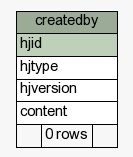
Above: site/docs/schemaspy/gmbuilderdb/diagrams/summary/createdby.1degree.png in lmu-bioinformatics/xmlpipedb (Graphviz), before the change. Its source is kept beside it as site/docs/schemaspy/gmbuilderdb/diagrams/summary/createdby.1degree.dot. Its diagram source:
```dot
digraph "createdby" {
  graph [
    rankdir="RL"
    bgcolor="#f7f7f7"
    nodesep="0.18"
    ranksep="0.46"
    fontname="Helvetica"
    fontsize="11"
  ];
  node [
    fontname="Helvetica"
    fontsize="11"
    shape="plaintext"
  ];
  edge [
    arrowsize="0.8"
  ];
  "createdby" [
    label=<
    <TABLE BORDER="0" CELLBORDER="1" CELLSPACING="0" BGCOLOR="#ffffff">
      <TR><TD COLSPAN="3" BGCOLOR="#9bab96" ALIGN="CENTER">createdby</TD></TR>
      <TR><TD PORT="hjid" COLSPAN="3" BGCOLOR="#bed1b8" ALIGN="LEFT">hjid</TD></TR>
      <TR><TD PORT="hjtype" COLSPAN="3" ALIGN="LEFT">hjtype</TD></TR>
      <TR><TD PORT="hjversion" COLSPAN="3" ALIGN="LEFT">hjversion</TD></TR>
      <TR><TD PORT="content" COLSPAN="3" ALIGN="LEFT">content</TD></TR>
      <TR><TD ALIGN="LEFT" BGCOLOR="#f7f7f7">  </TD><TD ALIGN="RIGHT" BGCOLOR="#f7f7f7">0 rows</TD><TD ALIGN="RIGHT" BGCOLOR="#f7f7f7">  </TD></TR>
    </TABLE>>
    URL="tables/createdby.html"
    tooltip="createdby"
  ];
}
```
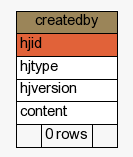
After the change.

Diff of the diagram source:
```diff
@@ -18,8 +18,8 @@
   "createdby" [
     label=<
     <TABLE BORDER="0" CELLBORDER="1" CELLSPACING="0" BGCOLOR="#ffffff">
-      <TR><TD COLSPAN="3" BGCOLOR="#9bab96" ALIGN="CENTER">createdby</TD></TR>
-      <TR><TD PORT="hjid" COLSPAN="3" BGCOLOR="#bed1b8" ALIGN="LEFT">hjid</TD></TR>
+      <TR><TD COLSPAN="3" BGCOLOR="#9b8559" ALIGN="CENTER">createdby</TD></TR>
+      <TR><TD PORT="hjid" COLSPAN="3" BGCOLOR="#e16239" ALIGN="LEFT">hjid</TD></TR>
       <TR><TD PORT="hjtype" COLSPAN="3" ALIGN="LEFT">hjtype</TD></TR>
       <TR><TD PORT="hjversion" COLSPAN="3" ALIGN="LEFT">hjversion</TD></TR>
       <TR><TD PORT="content" COLSPAN="3" ALIGN="LEFT">content</TD></TR>
```
